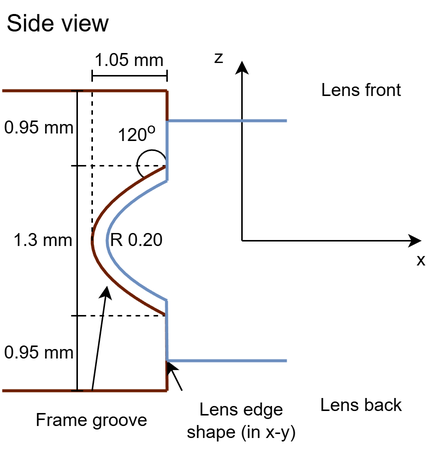
Earlier version of the draw.io export images/diagrams/bevel-frame-side.drawio.png (ues-if/specification). Source tidied: cells renumbered, new cells last; positions are measured from the earlier drawing's top-left corner, leaving out a move shared by most shapes.
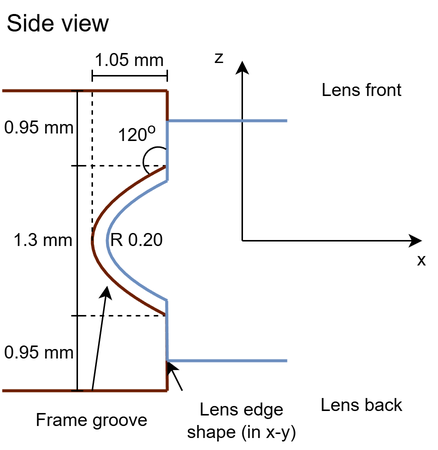
Above is the later version.

Change to the diagram source:
```diff
@@ -117,9 +117,6 @@
         <mxPoint x="50" y="110" as="targetPoint" />
       </mxGeometry>
     </mxCell>
-    <mxCell id="27" style="verticalLabelPosition=bottom;verticalAlign=top;html=1;shape=mxgraph.basic.arc;startAngle=0.33226336568429565;endAngle=0.005077689567513903;rotation=90;" parent="1" vertex="1">
-      <mxGeometry x="90" y="99.5" width="20" height="20" as="geometry" />
-    </mxCell>
     <mxCell id="28" value="120&lt;sup&gt;o&lt;/sup&gt;" style="text;html=1;align=center;verticalAlign=middle;rounded=0;whiteSpace=wrap;" parent="1" vertex="1">
       <mxGeometry x="70" y="77.5" width="40" height="20" as="geometry" />
     </mxCell>
@@ -176,5 +173,8 @@
         <mxPoint x="60" y="60" as="targetPoint" />
       </mxGeometry>
     </mxCell>
+    <mxCell id="38" style="verticalLabelPosition=bottom;verticalAlign=top;html=1;shape=mxgraph.basic.arc;startAngle=0.3536820013419613;endAngle=0.8389038422446764;rotation=90;" parent="1" vertex="1">
+      <mxGeometry x="94" y="97.5" width="20" height="20" as="geometry" />
+    </mxCell>
   </root>
 </mxGraphModel>
```
